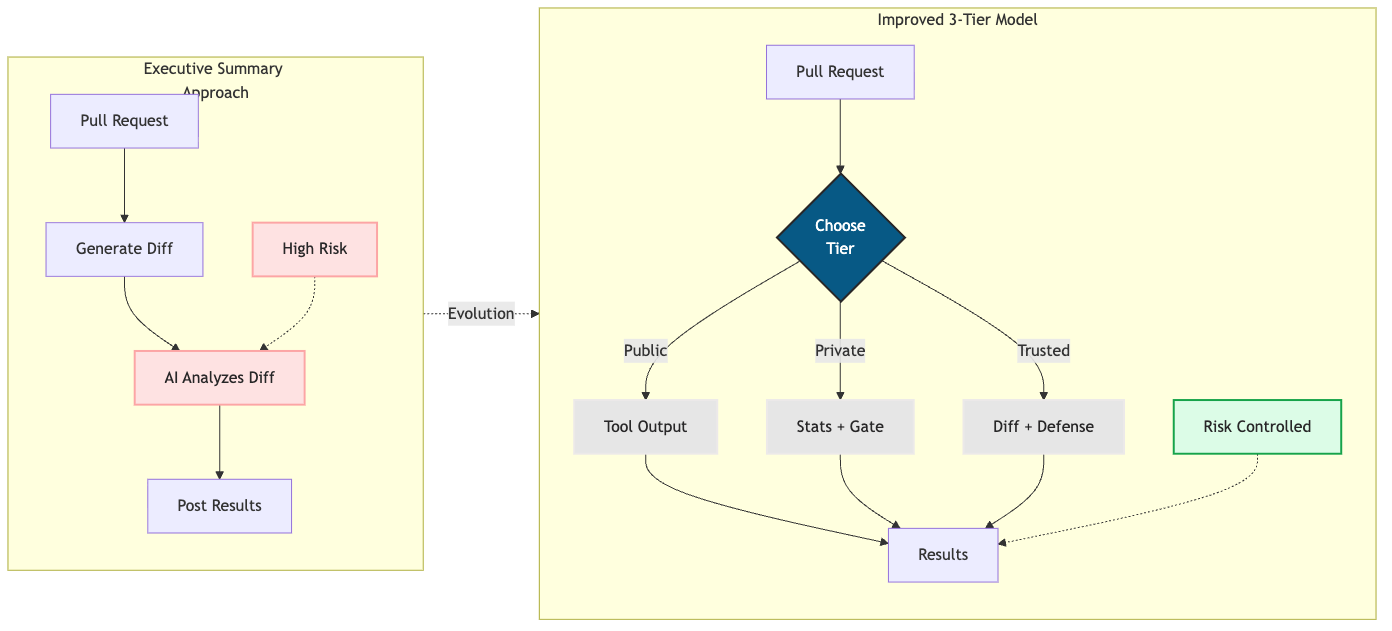
The Mermaid diagram src/assets/images/security-evolution.png in clouatre-labs/clouatre.ca, before a commit. Its source is kept beside it as src/assets/diagrams/security-evolution.mmd. Source of this version:
```mermaid
flowchart LR
    subgraph before[Executive Summary Approach]
        B1[Pull Request] --> B2[Generate Diff]
        B2 --> B3[AI Analyzes Diff]
        B3 --> B4[Post Results]
        Risk1[High Risk] -.-> B3
    end

    subgraph after[Improved 3-Tier Model]
        A1[Pull Request] --> A2{Choose<br/>Tier}
        A2 -->|Public| A3[Tool Output]
        A2 -->|Private| A4[Stats + Gate]
        A2 -->|Trusted| A5[Diff + Defense]
        A3 --> A6[Results]
        A4 --> A6
        A5 --> A6
        Risk2[Risk Controlled] -.-> A6
    end

    before -.Evolution.-> after

    classDef primary fill:#075985,stroke:#282728,stroke-width:2px,color:#fff
    classDef secondary fill:#e6e6e6,stroke:#ece9e9,stroke-width:2px,color:#282728
    classDef warning fill:#fee2e2,stroke:#fca5a5,stroke-width:2px,color:#282728
    classDef safe fill:#dcfce7,stroke:#16a34a,stroke-width:2px,color:#282728

    class B3 warning
    class A2 primary
    class A3,A4,A5 secondary
    class Risk1 warning
    class Risk2 safe
```
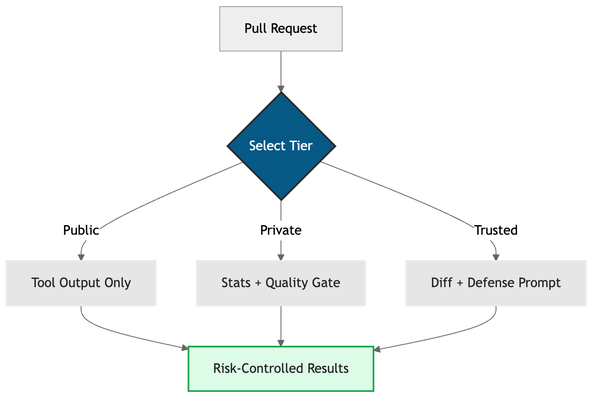
Above is the later version.

Commit message:
refactor: simplify AI CI/CD diagrams for readability

The edit, as a diff of the source:
```diff
@@ -1,31 +1,18 @@
-flowchart LR
-    subgraph before[Executive Summary Approach]
-        B1[Pull Request] --> B2[Generate Diff]
-        B2 --> B3[AI Analyzes Diff]
-        B3 --> B4[Post Results]
-        Risk1[High Risk] -.-> B3
-    end
+flowchart TD
+    PR[Pull Request] --> Tier{Select Tier}
 
-    subgraph after[Improved 3-Tier Model]
-        A1[Pull Request] --> A2{Choose<br/>Tier}
-        A2 -->|Public| A3[Tool Output]
-        A2 -->|Private| A4[Stats + Gate]
-        A2 -->|Trusted| A5[Diff + Defense]
-        A3 --> A6[Results]
-        A4 --> A6
-        A5 --> A6
-        Risk2[Risk Controlled] -.-> A6
-    end
+    Tier -->|Public| T1[Tool Output Only]
+    Tier -->|Private| T2[Stats + Quality Gate]
+    Tier -->|Trusted| T3[Diff + Defense Prompt]
 
-    before -.Evolution.-> after
+    T1 --> Safe[Risk-Controlled Results]
+    T2 --> Safe
+    T3 --> Safe
 
     classDef primary fill:#075985,stroke:#282728,stroke-width:2px,color:#fff
     classDef secondary fill:#e6e6e6,stroke:#ece9e9,stroke-width:2px,color:#282728
-    classDef warning fill:#fee2e2,stroke:#fca5a5,stroke-width:2px,color:#282728
     classDef safe fill:#dcfce7,stroke:#16a34a,stroke-width:2px,color:#282728
 
-    class B3 warning
-    class A2 primary
-    class A3,A4,A5 secondary
-    class Risk1 warning
-    class Risk2 safe
+    class Tier primary
+    class T1,T2,T3 secondary
+    class Safe safe
```
